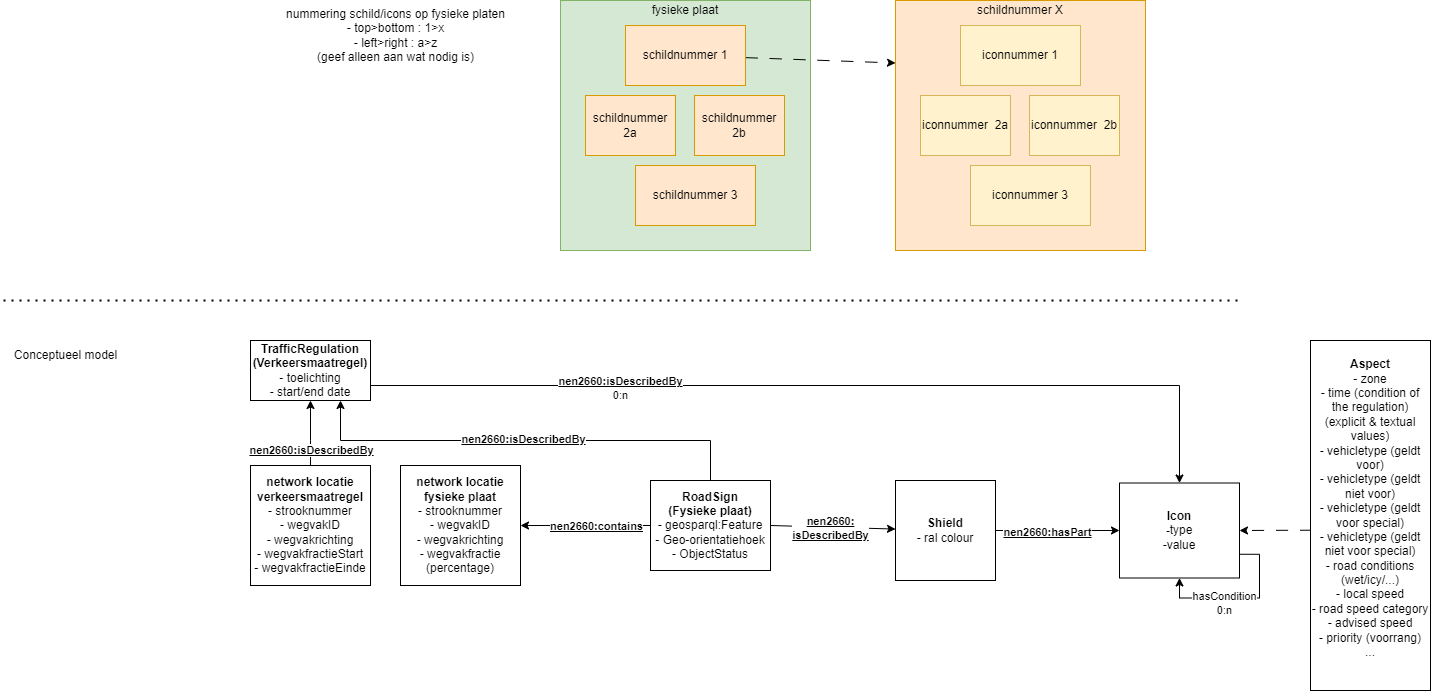
Above: docs/InformationModelVerkeersborden_schema/IM_verkeersborden_WIP.png in Stichting-CROW/verkeersborden (draw.io), before the change. Source tidied: cells renumbered, new cells last; positions are measured from the earlier drawing's top-left corner, leaving out a move shared by most shapes.
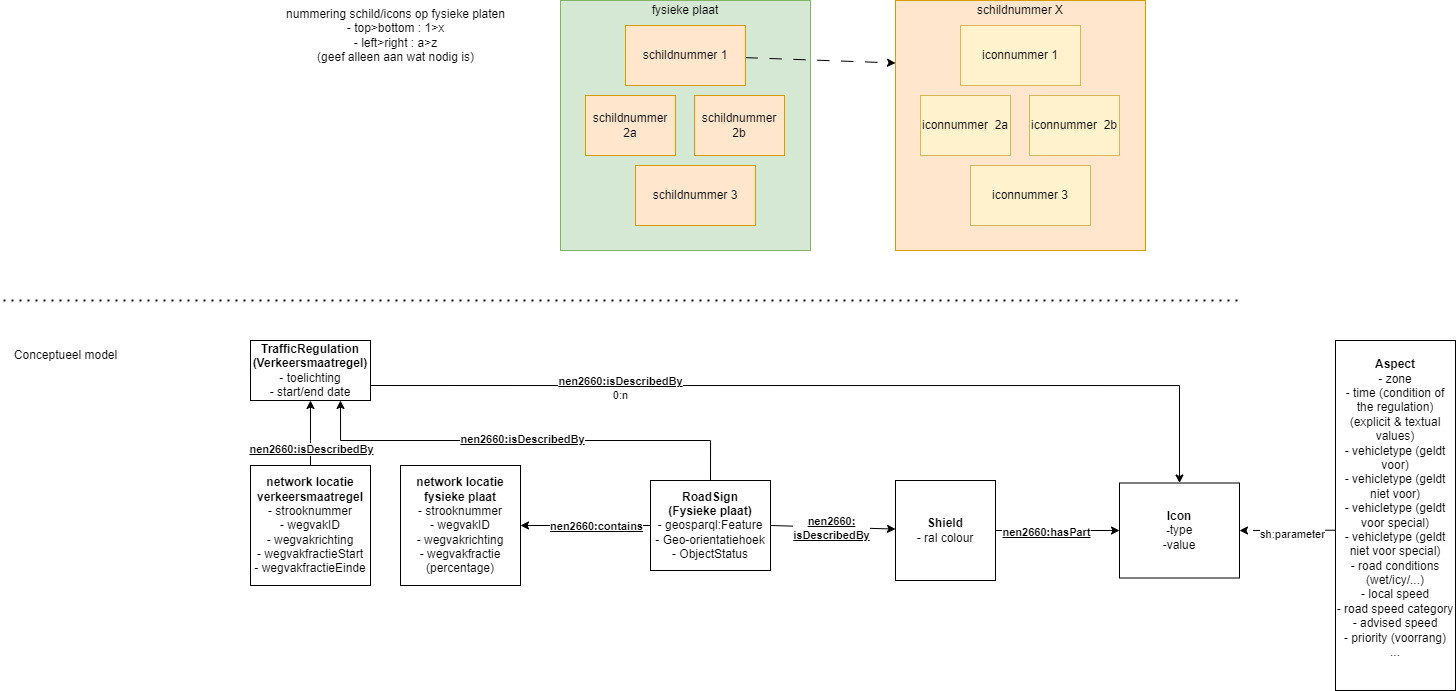
Later version of the same file.

What changed in the source:
```diff
@@ -57,8 +57,13 @@
     <mxCell id="16" style="rounded=0;jettySize=auto;html=1;exitX=0.013;exitY=0.542;exitDx=0;exitDy=0;entryX=1;entryY=0.5;entryDx=0;entryDy=0;dashed=1;dashPattern=12 12;exitPerimeter=0;" parent="1" edge="1" source="17" target="20">
       <mxGeometry relative="1" as="geometry" />
     </mxCell>
+    <mxCell id="38" value="sh:parameter" style="edgeLabel;html=1;align=center;verticalAlign=middle;" parent="16" vertex="1">
+      <mxGeometry x="0.22" y="4" relative="1" as="geometry">
+        <mxPoint x="15" as="offset" />
+      </mxGeometry>
+    </mxCell>
     <mxCell id="17" value="&lt;div&gt;&lt;b&gt;Aspect&lt;/b&gt;&lt;/div&gt;&lt;div&gt;- zone&lt;/div&gt;&lt;div&gt;- time (condition of the regulation) (explicit &amp;amp; textual values)&lt;/div&gt;&lt;div&gt;- vehicletype (geldt voor)&lt;/div&gt;&lt;div&gt;- vehicletype (geldt niet voor)&lt;/div&gt;&lt;div&gt;- vehicletype (geldt voor special)&lt;/div&gt;&lt;div&gt;- vehicletype (geldt niet voor special)&lt;/div&gt;&lt;div&gt;- road conditions (wet/icy/...)&lt;/div&gt;&lt;div&gt;- local speed&lt;/div&gt;&lt;div&gt;- road speed category &lt;br&gt;&lt;/div&gt;&lt;div&gt;- advised speed&lt;/div&gt;&lt;div&gt;- priority (voorrang)&lt;br&gt;&lt;/div&gt;&lt;div&gt;...&lt;/div&gt;&lt;div&gt;&lt;br&gt;&lt;/div&gt;" style="rounded=0;whiteSpace=wrap;html=1;" parent="1" vertex="1">
-      <mxGeometry x="1310" y="340" width="120" height="350" as="geometry" />
+      <mxGeometry x="1335" y="340" width="120" height="350" as="geometry" />
     </mxCell>
     <mxCell id="18" style="endArrow=none;dashed=1;html=1;dashPattern=1 3;strokeWidth=2;rounded=0;" parent="1" edge="1">
       <mxGeometry relative="1" as="geometry">
@@ -101,14 +106,6 @@
     <mxCell id="29" value="&lt;div&gt;&lt;b&gt;Shield&lt;/b&gt;&lt;/div&gt;&lt;div&gt;&lt;span style=&quot;background-color: initial;&quot;&gt;- ral colour&lt;/span&gt;&lt;br&gt;&lt;/div&gt;" style="whiteSpace=wrap;html=1;" parent="1" vertex="1">
       <mxGeometry x="895" y="480" width="100" height="100" as="geometry" />
     </mxCell>
-    <mxCell id="30" style="edgeStyle=orthogonalEdgeStyle;rounded=0;orthogonalLoop=1;jettySize=auto;html=1;exitX=1;exitY=0.75;exitDx=0;exitDy=0;entryX=0.5;entryY=1;entryDx=0;entryDy=0;" parent="1" edge="1" source="20" target="20">
-      <mxGeometry relative="1" as="geometry" />
-    </mxCell>
-    <mxCell id="31" value="&lt;div&gt;hasCondition&lt;/div&gt;&lt;div&gt;0:n&lt;br&gt;&lt;/div&gt;" style="edgeLabel;html=1;align=center;verticalAlign=middle;" parent="30" vertex="1">
-      <mxGeometry x="0.43" relative="1" as="geometry">
-        <mxPoint x="18" y="5" as="offset" />
-      </mxGeometry>
-    </mxCell>
     <mxCell id="32" value="&lt;div&gt;schildnummer X&lt;/div&gt;&lt;div&gt;&lt;br&gt;&lt;/div&gt;&lt;div&gt;&lt;br&gt;&lt;/div&gt;&lt;div&gt;&lt;br&gt;&lt;/div&gt;&lt;div&gt;&lt;br&gt;&lt;/div&gt;&lt;div&gt;&lt;br&gt;&lt;/div&gt;&lt;div&gt;&lt;br&gt;&lt;/div&gt;&lt;div&gt;&lt;br&gt;&lt;/div&gt;&lt;div&gt;&lt;br&gt;&lt;/div&gt;&lt;div&gt;&lt;br&gt;&lt;/div&gt;&lt;div&gt;&lt;br&gt;&lt;/div&gt;&lt;div&gt;&lt;br&gt;&lt;/div&gt;&lt;div&gt;&lt;br&gt;&lt;/div&gt;&lt;div&gt;&lt;br&gt;&lt;/div&gt;&lt;div&gt;&lt;br&gt;&lt;/div&gt;&lt;div&gt;&lt;br&gt;&lt;/div&gt;&lt;div&gt;&lt;br&gt;&lt;/div&gt;" style="whiteSpace=wrap;html=1;fillColor=#ffe6cc;strokeColor=#d79b00;" parent="1" vertex="1">
       <mxGeometry x="895" width="250" height="250" as="geometry" />
     </mxCell>
```
